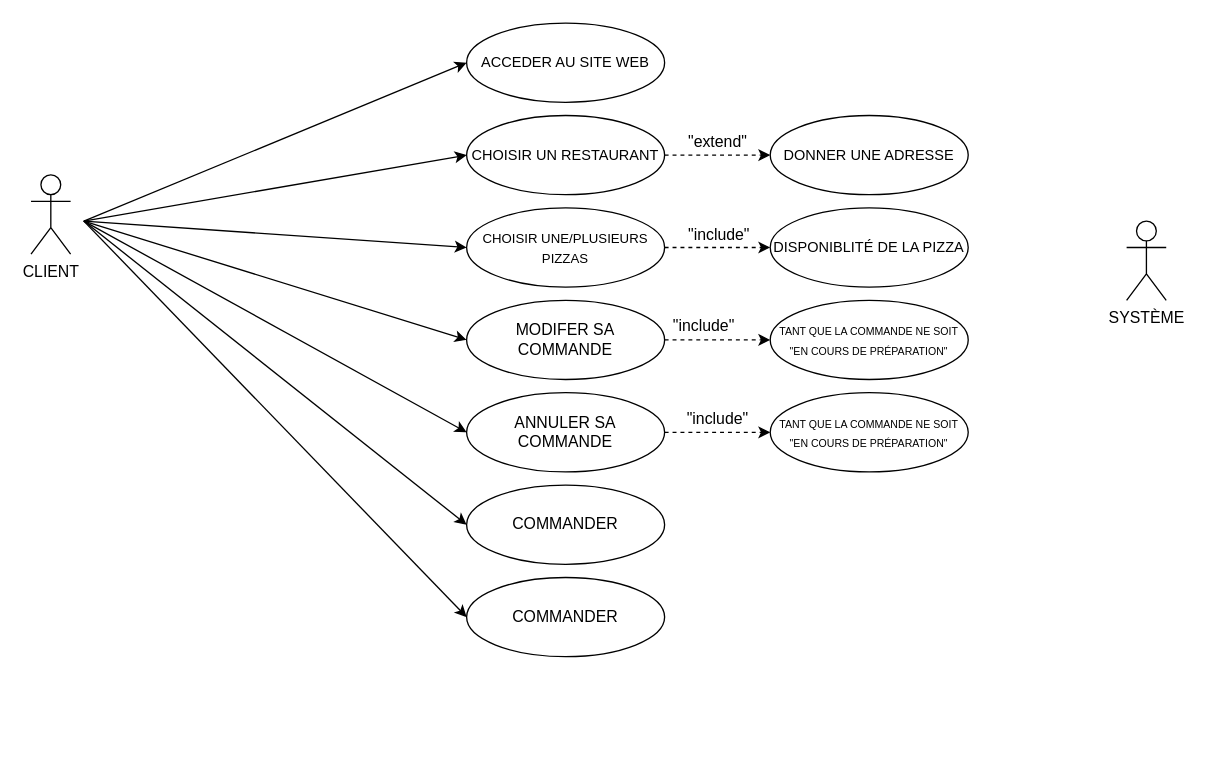
Above: test2.drawio in OMorlotti/P4-analyser-les-besoin-de-mon-client-pour-son-groupe-de-pizzerias (draw.io), before the change. Source tidied: cells renumbered, new cells numbered last; positions are measured from the earlier drawing's top-left corner, leaving out a move shared by most shapes. Both pictures are drawn from the tidied source at 132%, with x=0, y=0 at pixel (30, 22).
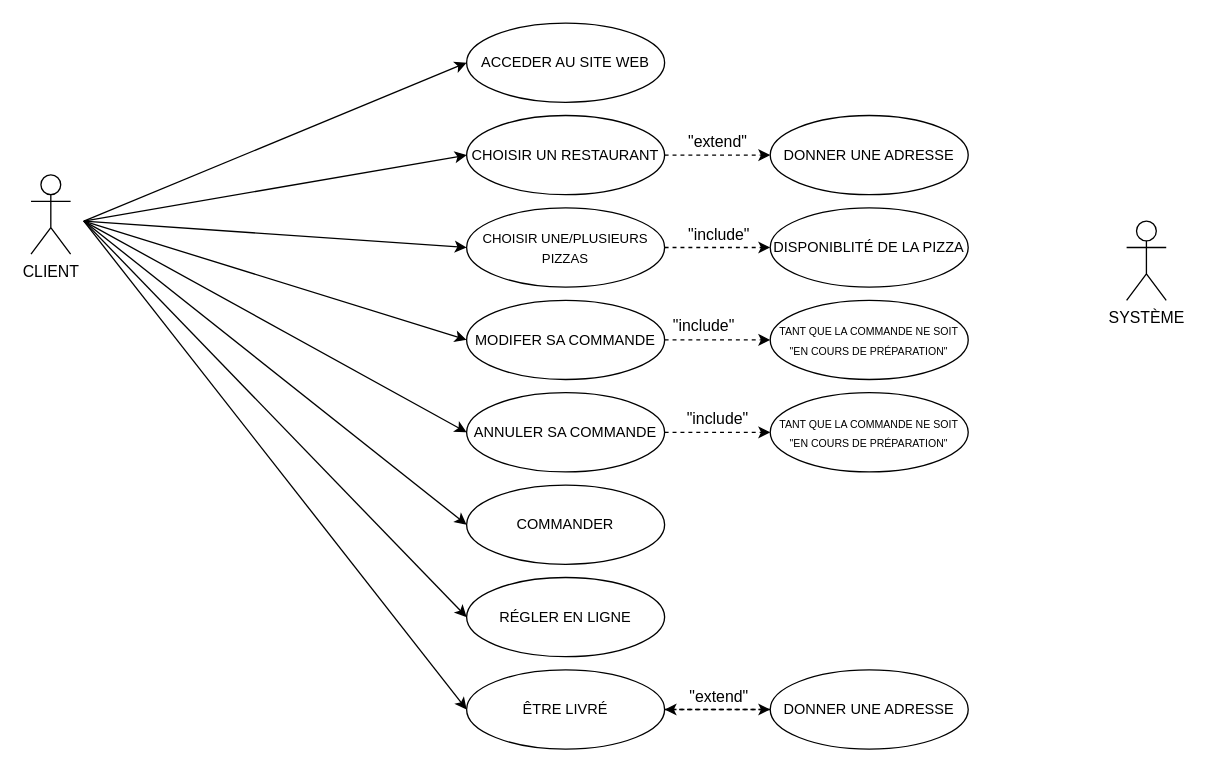
After the change.

What changed in the source:
```diff
@@
-    <mxCell id="10" value="COMMANDER" style="ellipse;whiteSpace=wrap;html=1;" parent="1" vertex="1">
+    <mxCell id="10" value="&lt;font style=&quot;font-size: 11px&quot;&gt;COMMANDER&lt;/font&gt;" style="ellipse;whiteSpace=wrap;html=1;" parent="1" vertex="1">
       <mxGeometry x="330" y="350" width="150" height="60" as="geometry" />
     </mxCell>
@@
-    <mxCell id="19" value="MODIFER SA COMMANDE" style="ellipse;whiteSpace=wrap;html=1;" parent="1" vertex="1">
+    <mxCell id="19" value="&lt;font style=&quot;font-size: 11px&quot;&gt;MODIFER SA COMMANDE&lt;/font&gt;" style="ellipse;whiteSpace=wrap;html=1;" parent="1" vertex="1">
       <mxGeometry x="330" y="210" width="150" height="60" as="geometry" />
     </mxCell>
@@
-    <mxCell id="24" value="ANNULER SA COMMANDE" style="ellipse;whiteSpace=wrap;html=1;" parent="1" vertex="1">
+    <mxCell id="24" value="&lt;font style=&quot;font-size: 11px&quot;&gt;ANNULER SA COMMANDE&lt;/font&gt;" style="ellipse;whiteSpace=wrap;html=1;" parent="1" vertex="1">
       <mxGeometry x="330" y="280" width="150" height="60" as="geometry" />
     </mxCell>
@@
+    <mxCell id="30" style="edgeStyle=orthogonalEdgeStyle;rounded=0;jettySize=auto;html=1;dashed=1;" parent="1" edge="1" source="28" target="33">
+      <mxGeometry relative="1" as="geometry" />
+    </mxCell>
+    <mxCell id="31" value="&quot;extend&quot;" style="text;html=1;align=center;verticalAlign=middle;" parent="30" vertex="1">
+      <mxGeometry x="0.05" y="-2" relative="1" as="geometry">
+        <mxPoint x="-2" y="-12" as="offset" />
+      </mxGeometry>
+    </mxCell>
-    <mxCell id="28" value="COMMANDER" style="ellipse;whiteSpace=wrap;html=1;" parent="1" vertex="1">
-      <mxGeometry x="330" y="420" width="150" height="60" as="geometry" />
+    <mxCell id="28" value="&lt;span style=&quot;font-size: 11px&quot;&gt;ÊTRE LIVRÉ&lt;/span&gt;" style="ellipse;whiteSpace=wrap;html=1;" parent="1" vertex="1">
+      <mxGeometry x="330" y="490" width="150" height="60" as="geometry" />
     </mxCell>
+    <mxCell id="32" style="edgeStyle=orthogonalEdgeStyle;rounded=0;jettySize=auto;html=1;dashed=1;" parent="1" edge="1" source="33" target="28">
+      <mxGeometry relative="1" as="geometry" />
+    </mxCell>
+    <mxCell id="33" value="&lt;span style=&quot;font-size: 11px&quot;&gt;DONNER UNE ADRESSE&lt;/span&gt;" style="ellipse;whiteSpace=wrap;html=1;" parent="1" vertex="1">
+      <mxGeometry x="560" y="490" width="150" height="60" as="geometry" />
+    </mxCell>
@@
+    <mxCell id="34" value="&lt;font style=&quot;font-size: 11px&quot;&gt;RÉGLER EN LIGNE&lt;/font&gt;" style="ellipse;whiteSpace=wrap;html=1;" parent="1" vertex="1">
+      <mxGeometry x="330" y="420" width="150" height="60" as="geometry" />
+    </mxCell>
+    <mxCell id="35" style="endArrow=classic;html=1;entryX=0;entryY=0.5;entryDx=0;entryDy=0;" parent="1" edge="1" target="34">
+      <mxGeometry relative="1" as="geometry">
+        <mxPoint x="40" y="150" as="sourcePoint" />
+      </mxGeometry>
+    </mxCell>
```
